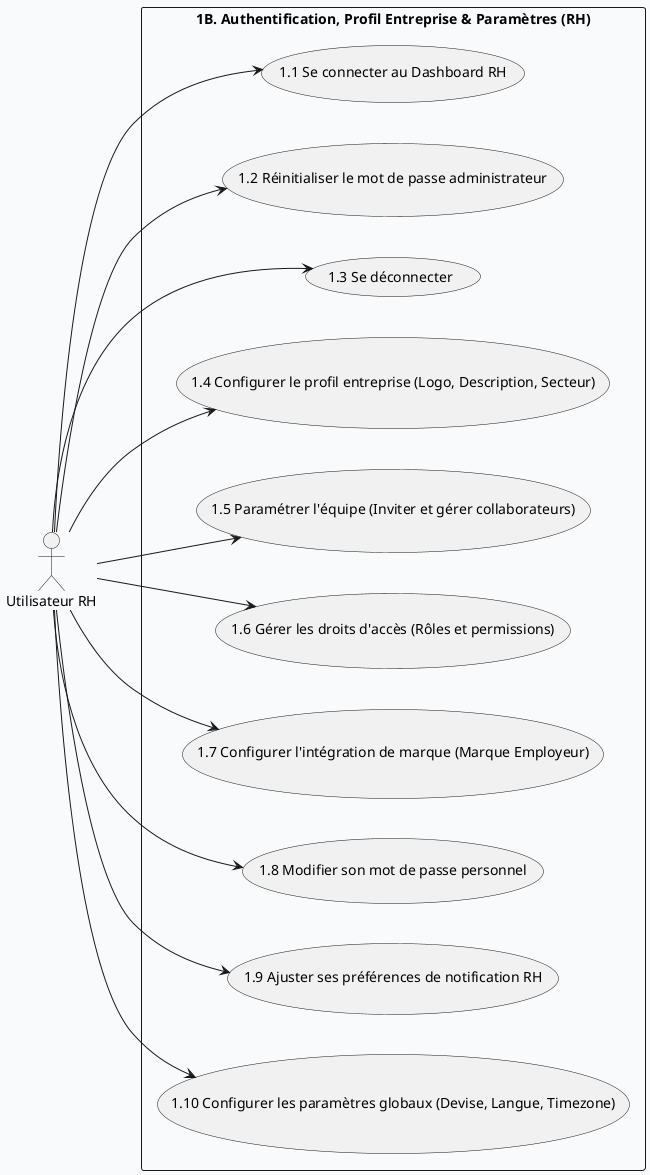
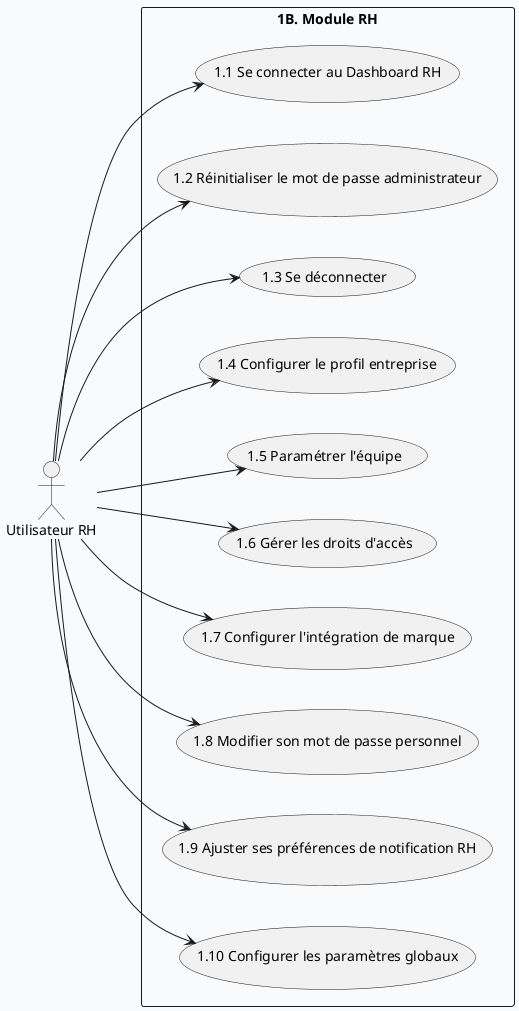
@startuml Module_1_Partie_RH
skinparam backgroundColor #F8FAFC
skinparam defaultFontName Arial
skinparam nodesep 40
skinparam ranksep 60
left to right direction

actor "Utilisateur RH" as URH

- rectangle "1B. Authentification, Profil Entreprise & Paramètres (RH)" {
+ rectangle "1B. Module RH" {
  usecase "1.1 Se connecter au Dashboard RH" as UC1_1
  usecase "1.2 Réinitialiser le mot de passe administrateur" as UC1_2
  usecase "1.3 Se déconnecter" as UC1_3

-   usecase "1.4 Configurer le profil entreprise (Logo, Description, Secteur)" as UC1_4
-   usecase "1.5 Paramétrer l'équipe (Inviter et gérer collaborateurs)" as UC1_5
-   usecase "1.6 Gérer les droits d'accès (Rôles et permissions)" as UC1_6
-   usecase "1.7 Configurer l'intégration de marque (Marque Employeur)" as UC1_7
+   usecase "1.4 Configurer le profil entreprise" as UC1_4
+   usecase "1.5 Paramétrer l'équipe" as UC1_5
+   usecase "1.6 Gérer les droits d'accès" as UC1_6
+   usecase "1.7 Configurer l'intégration de marque" as UC1_7

  usecase "1.8 Modifier son mot de passe personnel" as UC1_8
  usecase "1.9 Ajuster ses préférences de notification RH" as UC1_9
-   usecase "1.10 Configurer les paramètres globaux (Devise, Langue, Timezone)" as UC1_10
+   usecase "1.10 Configurer les paramètres globaux" as UC1_10
}

URH --> UC1_1
URH --> UC1_2
URH --> UC1_3

URH --> UC1_4
URH --> UC1_5
URH --> UC1_6
URH --> UC1_7

URH --> UC1_8
URH --> UC1_9
URH --> UC1_10
@enduml